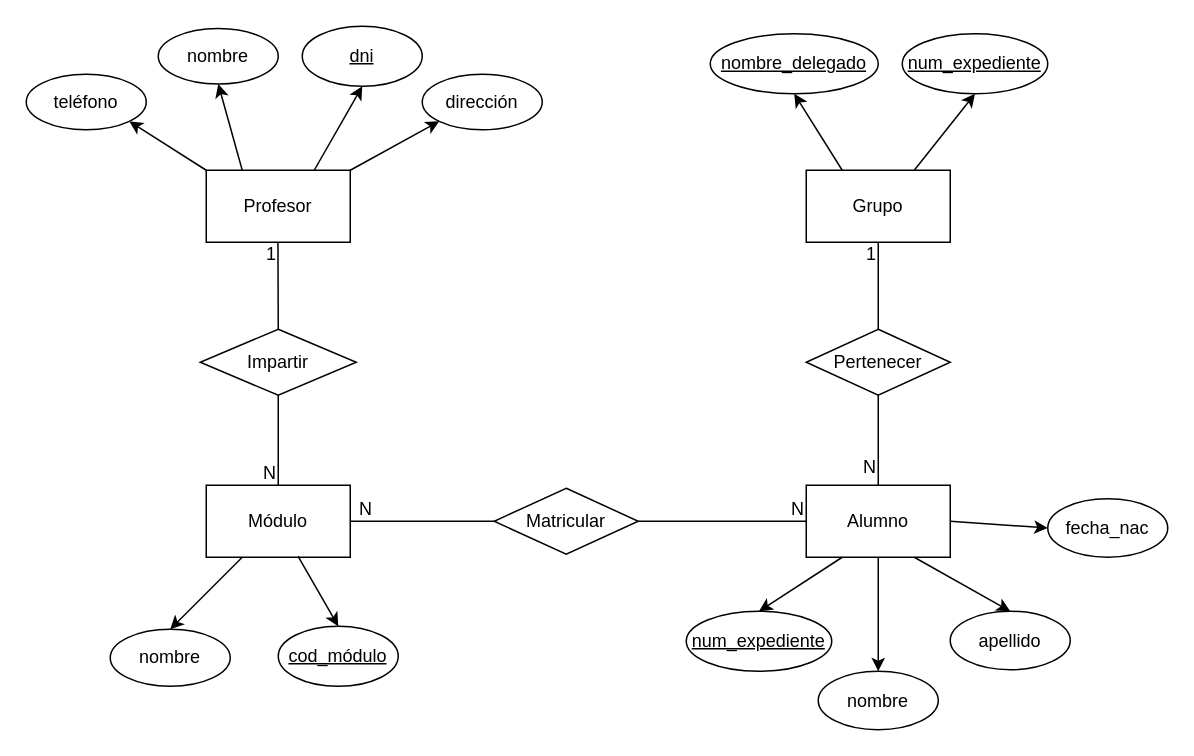
The draw.io diagram ejercicio 3 DER.drawio in Kevchuuu/Base-de-datos-, before the edit. Source tidied: cells renumbered, new cells numbered last; positions are measured from the earlier drawing's top-left corner, leaving out a move shared by most shapes. Both pictures are drawn from the tidied source at 150%, with x=0, y=0 at pixel (26, 26).
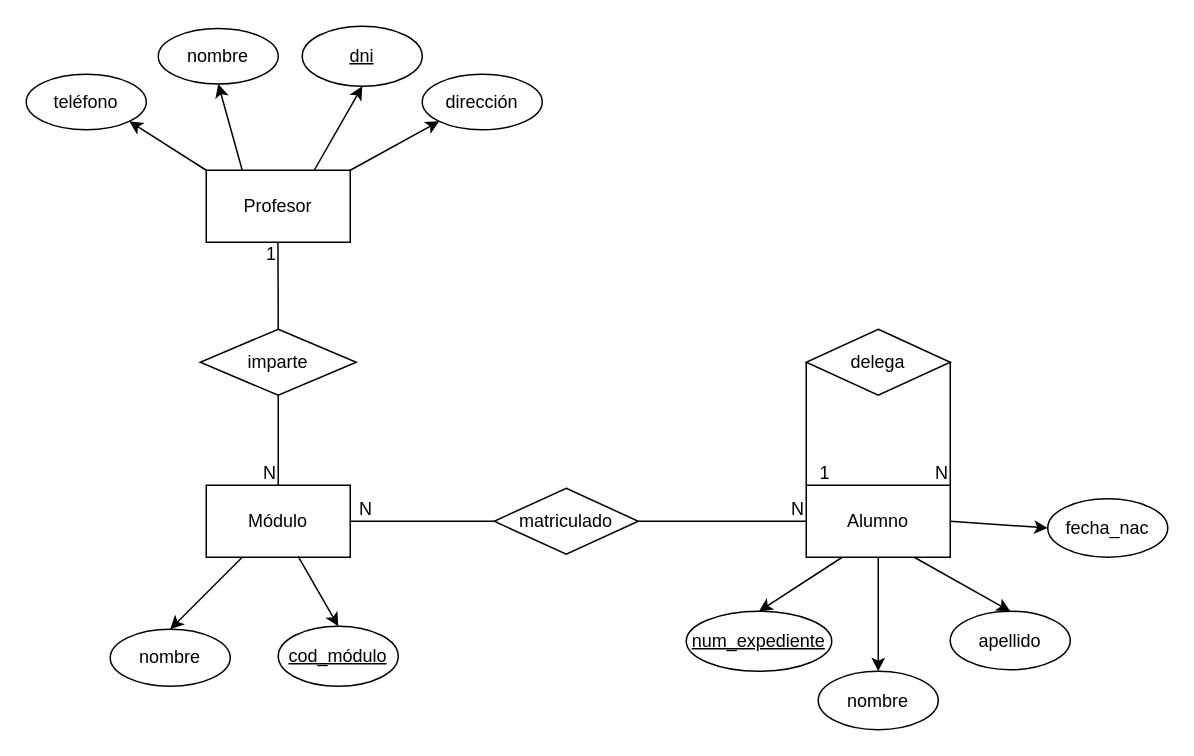
After the change.

Unchanged cells that the change refers to:
```xml
<mxCell id="10" value="Alumno" style="rounded=0;whiteSpace=wrap;html=1;" parent="1" vertex="1">
  <mxGeometry x="520" y="306" width="96" height="48" as="geometry" />
</mxCell>
```

Change to the diagram source:
```diff
@@
-    <mxCell id="16" value="Impartir" style="shape=rhombus;perimeter=rhombusPerimeter;whiteSpace=wrap;html=1;align=center;" parent="1" vertex="1">
+    <mxCell id="16" value="imparte" style="shape=rhombus;perimeter=rhombusPerimeter;whiteSpace=wrap;html=1;align=center;" parent="1" vertex="1">
       <mxGeometry x="116" y="202" width="104" height="44" as="geometry" />
     </mxCell>
@@
-    <mxCell id="23" value="Matricular" style="shape=rhombus;perimeter=rhombusPerimeter;whiteSpace=wrap;html=1;align=center;" parent="1" vertex="1">
+    <mxCell id="23" value="matriculado" style="shape=rhombus;perimeter=rhombusPerimeter;whiteSpace=wrap;html=1;align=center;" parent="1" vertex="1">
       <mxGeometry x="312" y="308" width="96" height="44" as="geometry" />
     </mxCell>
@@
-    <mxCell id="27" value="Grupo" style="rounded=0;whiteSpace=wrap;html=1;" parent="1" vertex="1">
-      <mxGeometry x="520" y="96" width="96" height="48" as="geometry" />
-    </mxCell>
-    <mxCell id="28" style="endArrow=none;html=1;rounded=0;verticalAlign=middle;entryX=0.5;entryY=0;entryDx=0;entryDy=0;exitX=0.5;exitY=1;exitDx=0;exitDy=0;" parent="1" edge="1" source="29" target="10">
+    <mxCell id="28" style="endArrow=none;html=1;rounded=0;verticalAlign=middle;entryX=0;entryY=0;entryDx=0;entryDy=0;exitX=0;exitY=0.5;exitDx=0;exitDy=0;" parent="1" edge="1" source="29" target="10">
       <mxGeometry relative="1" as="geometry" />
     </mxCell>
-    <mxCell id="29" value="Pertenecer" style="shape=rhombus;perimeter=rhombusPerimeter;whiteSpace=wrap;html=1;align=center;" parent="1" vertex="1">
+    <mxCell id="29" value="delega" style="shape=rhombus;perimeter=rhombusPerimeter;whiteSpace=wrap;html=1;align=center;" parent="1" vertex="1">
       <mxGeometry x="520" y="202" width="96" height="44" as="geometry" />
     </mxCell>
-    <mxCell id="30" value="N" style="html=1;whiteSpace=wrap;align=right;verticalAlign=bottom;imageAspect=1;direction=east;imageAlign=left;" parent="1" vertex="1">
-      <mxGeometry x="568" y="302" as="geometry" />
+    <mxCell id="30" value="1" style="html=1;whiteSpace=wrap;align=right;verticalAlign=bottom;imageAspect=1;direction=east;imageAlign=left;" parent="1" vertex="1">
+      <mxGeometry x="537" y="306" as="geometry" />
     </mxCell>
-    <mxCell id="31" style="endArrow=none;html=1;rounded=0;exitX=0.5;exitY=0;exitDx=0;exitDy=0;entryX=0.5;entryY=1;entryDx=0;entryDy=0;" parent="1" edge="1" source="29" target="27">
-      <mxGeometry relative="1" as="geometry" />
-    </mxCell>
-    <mxCell id="32" value="1" style="html=1;whiteSpace=wrap;align=right;verticalAlign=bottom;" parent="31" vertex="1">
-      <mxGeometry x="1" relative="1" as="geometry">
-        <mxPoint y="16" as="offset" />
-      </mxGeometry>
-    </mxCell>
-    <mxCell id="33" style="endArrow=classic;html=1;rounded=0;entryX=0.5;entryY=1;entryDx=0;entryDy=0;exitX=0.25;exitY=0;exitDx=0;exitDy=0;" parent="1" edge="1" source="27" target="34">
-      <mxGeometry relative="1" as="geometry" />
-    </mxCell>
-    <mxCell id="34" value="nombre_delegado" style="ellipse;whiteSpace=wrap;html=1;align=center;fontStyle=4;" parent="1" vertex="1">
-      <mxGeometry x="456" y="5" width="112" height="40" as="geometry" />
-    </mxCell>
-    <mxCell id="35" style="endArrow=classic;html=1;rounded=0;entryX=0.5;entryY=1;entryDx=0;entryDy=0;exitX=0.75;exitY=0;exitDx=0;exitDy=0;" parent="1" edge="1" source="27" target="40">
-      <mxGeometry relative="1" as="geometry" />
-    </mxCell>
@@
-    <mxCell id="40" value="num_expediente" style="ellipse;whiteSpace=wrap;html=1;align=center;fontStyle=4;" parent="1" vertex="1">
-      <mxGeometry x="584" y="5" width="97" height="40" as="geometry" />
-    </mxCell>
@@
+    <mxCell id="45" style="endArrow=none;html=1;rounded=0;exitX=1;exitY=0.5;exitDx=0;exitDy=0;entryX=1;entryY=0;entryDx=0;entryDy=0;" parent="1" edge="1" source="29" target="10">
+      <mxGeometry relative="1" as="geometry" />
+    </mxCell>
+    <mxCell id="46" value="N" style="html=1;whiteSpace=wrap;align=right;verticalAlign=bottom;" parent="45" vertex="1">
+      <mxGeometry x="1" relative="1" as="geometry" />
+    </mxCell>
```
